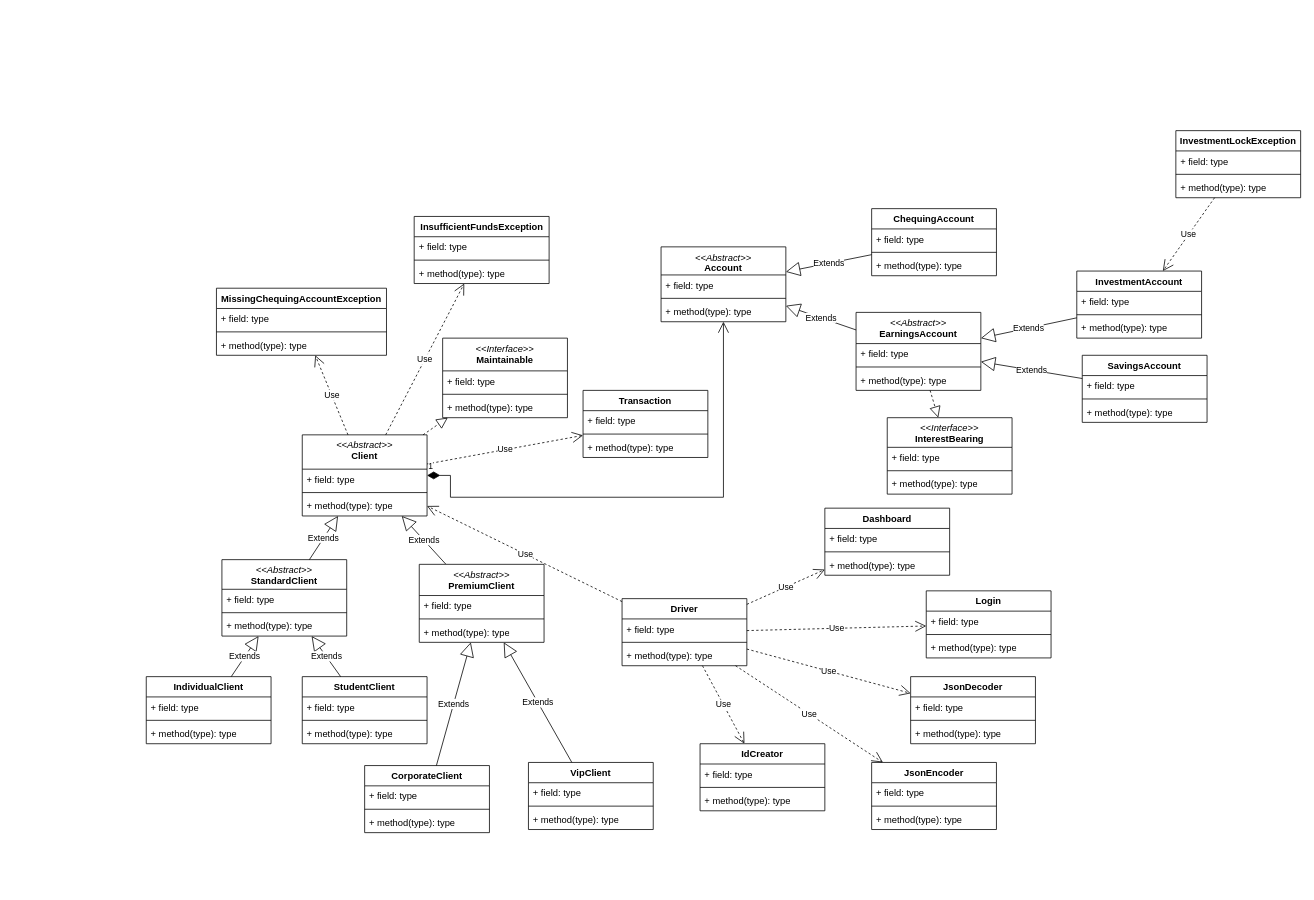
Before: docs/umlDiagramV01.drawio in m-bernardin/Prog2-LIA, a draw.io diagram. Source tidied: cells renumbered, new cells numbered last; positions are measured from the earlier drawing's top-left corner, leaving out a move shared by most shapes. Both pictures are drawn from the tidied source at 78%, with x=0, y=0 at pixel (146, 130).
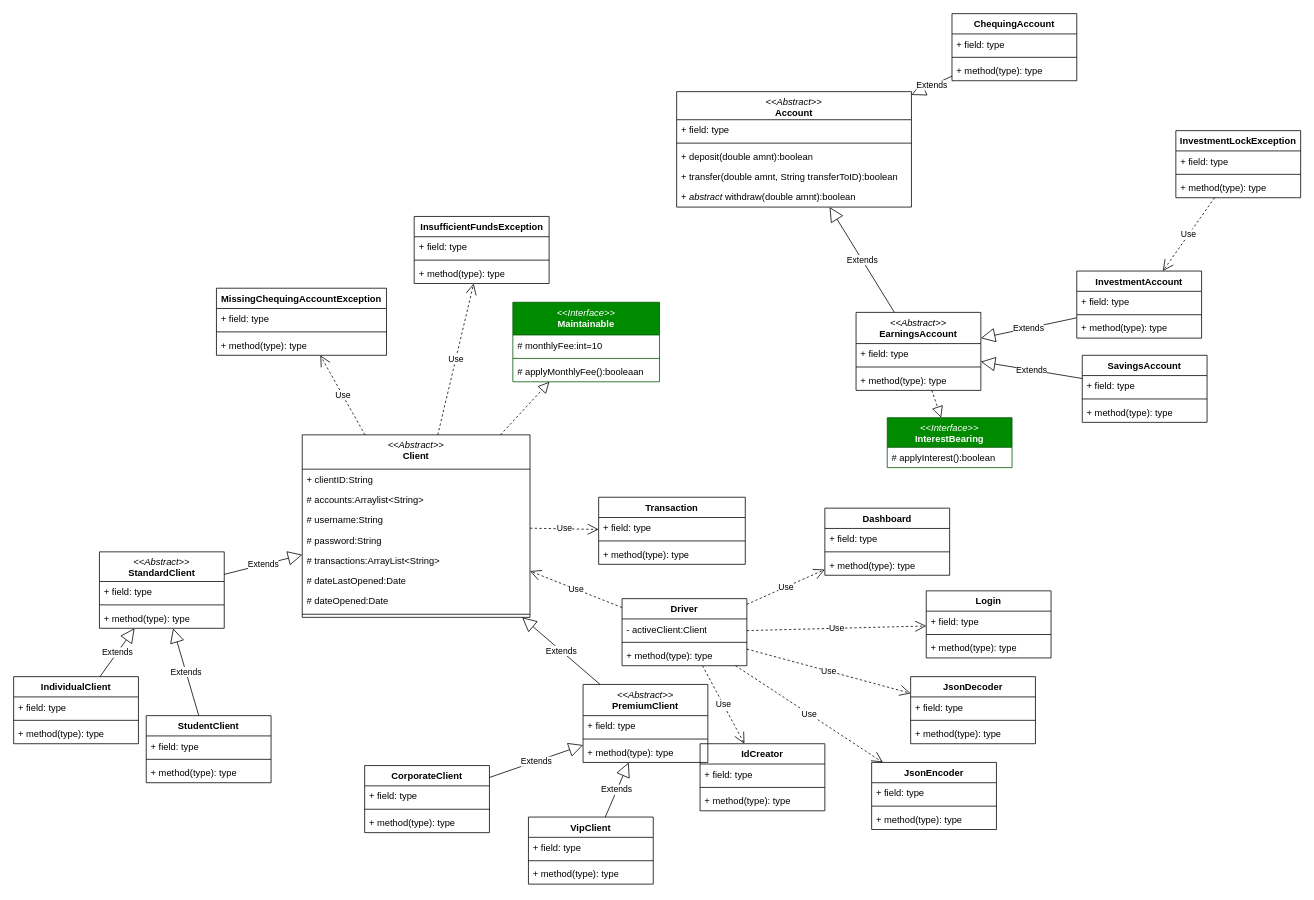
The same diagram, later.

Unchanged cells that the change refers to:
```xml
<mxCell id="2" value="Driver" style="swimlane;fontStyle=1;align=center;verticalAlign=top;horizontal=1;startSize=26;whiteSpace=wrap;html=1;" parent="1" vertex="1">
  <mxGeometry x="610" y="600" width="160" height="86" as="geometry" />
</mxCell>
```

Change to the diagram source:
```diff
@@
-    <mxCell id="3" value="+ field: type" style="text;strokeColor=none;fillColor=none;align=left;verticalAlign=top;spacingLeft=4;spacingRight=4;overflow=hidden;whiteSpace=wrap;html=1;" parent="2" vertex="1">
+    <mxCell id="3" value="- activeClient:Client" style="text;strokeColor=none;fillColor=none;align=left;verticalAlign=top;spacingLeft=4;spacingRight=4;overflow=hidden;whiteSpace=wrap;html=1;" parent="2" vertex="1">
       <mxGeometry y="26" width="160" height="26" as="geometry" />
     </mxCell>
@@
     <mxCell id="6" value="&lt;div&gt;&lt;i style=&quot;font-weight: 400;&quot;&gt;&amp;lt;&amp;lt;Abstract&amp;gt;&amp;gt;&lt;/i&gt;&lt;/div&gt;Client" style="swimlane;fontStyle=1;align=center;verticalAlign=top;horizontal=1;startSize=44;whiteSpace=wrap;html=1;" parent="1" vertex="1">
-      <mxGeometry x="200" y="390" width="160" height="104" as="geometry" />
+      <mxGeometry x="200" y="390" width="292" height="234" as="geometry" />
     </mxCell>
-    <mxCell id="7" value="+ field: type" style="text;strokeColor=none;fillColor=none;align=left;verticalAlign=top;spacingLeft=4;spacingRight=4;overflow=hidden;whiteSpace=wrap;html=1;" parent="6" vertex="1">
-      <mxGeometry y="44" width="160" height="26" as="geometry" />
+    <mxCell id="7" value="+ clientID:String" style="text;strokeColor=none;fillColor=none;align=left;verticalAlign=top;spacingLeft=4;spacingRight=4;overflow=hidden;whiteSpace=wrap;html=1;" parent="6" vertex="1">
+      <mxGeometry y="44" width="292" height="26" as="geometry" />
     </mxCell>
+    <mxCell id="121" value="# accounts:Arraylist&amp;lt;String&amp;gt;" style="text;strokeColor=none;fillColor=none;align=left;verticalAlign=top;spacingLeft=4;spacingRight=4;overflow=hidden;whiteSpace=wrap;html=1;" parent="6" vertex="1">
+      <mxGeometry y="70" width="292" height="26" as="geometry" />
+    </mxCell>
+    <mxCell id="122" value="# username:String" style="text;strokeColor=none;fillColor=none;align=left;verticalAlign=top;spacingLeft=4;spacingRight=4;overflow=hidden;whiteSpace=wrap;html=1;" parent="6" vertex="1">
+      <mxGeometry y="96" width="292" height="26" as="geometry" />
+    </mxCell>
+    <mxCell id="123" value="# password:String" style="text;strokeColor=none;fillColor=none;align=left;verticalAlign=top;spacingLeft=4;spacingRight=4;overflow=hidden;whiteSpace=wrap;html=1;" parent="6" vertex="1">
+      <mxGeometry y="122" width="292" height="26" as="geometry" />
+    </mxCell>
+    <mxCell id="124" value="# transactions:ArrayList&amp;lt;String&amp;gt;" style="text;strokeColor=none;fillColor=none;align=left;verticalAlign=top;spacingLeft=4;spacingRight=4;overflow=hidden;whiteSpace=wrap;html=1;" parent="6" vertex="1">
+      <mxGeometry y="148" width="292" height="26" as="geometry" />
+    </mxCell>
+    <mxCell id="125" value="# dateLastOpened:Date" style="text;strokeColor=none;fillColor=none;align=left;verticalAlign=top;spacingLeft=4;spacingRight=4;overflow=hidden;whiteSpace=wrap;html=1;" parent="6" vertex="1">
+      <mxGeometry y="174" width="292" height="26" as="geometry" />
+    </mxCell>
+    <mxCell id="126" value="# dateOpened:Date" style="text;strokeColor=none;fillColor=none;align=left;verticalAlign=top;spacingLeft=4;spacingRight=4;overflow=hidden;whiteSpace=wrap;html=1;" parent="6" vertex="1">
+      <mxGeometry y="200" width="292" height="26" as="geometry" />
+    </mxCell>
     <mxCell id="8" style="line;strokeWidth=1;fillColor=none;align=left;verticalAlign=middle;spacingTop=-1;spacingLeft=3;spacingRight=3;labelPosition=right;strokeColor=inherit;" parent="6" vertex="1">
-      <mxGeometry y="70" width="160" height="8" as="geometry" />
+      <mxGeometry y="226" width="292" height="8" as="geometry" />
     </mxCell>
-    <mxCell id="9" value="+ method(type): type" style="text;strokeColor=none;fillColor=none;align=left;verticalAlign=top;spacingLeft=4;spacingRight=4;overflow=hidden;whiteSpace=wrap;html=1;" parent="6" vertex="1">
-      <mxGeometry y="78" width="160" height="26" as="geometry" />
-    </mxCell>
     <mxCell id="10" value="&lt;div&gt;&lt;i style=&quot;font-weight: 400;&quot;&gt;&amp;lt;&amp;lt;Abstract&amp;gt;&amp;gt;&lt;/i&gt;&lt;/div&gt;StandardClient" style="swimlane;fontStyle=1;align=center;verticalAlign=top;horizontal=1;startSize=38;whiteSpace=wrap;html=1;" parent="1" vertex="1">
-      <mxGeometry x="97" y="550" width="160" height="98" as="geometry" />
+      <mxGeometry x="-60" y="540" width="160" height="98" as="geometry" />
     </mxCell>
@@
     <mxCell id="14" value="VipClient" style="swimlane;fontStyle=1;align=center;verticalAlign=top;horizontal=1;startSize=26;whiteSpace=wrap;html=1;" parent="1" vertex="1">
-      <mxGeometry x="490" y="810" width="160" height="86" as="geometry" />
+      <mxGeometry x="490" y="880" width="160" height="86" as="geometry" />
     </mxCell>
@@
     <mxCell id="22" value="StudentClient" style="swimlane;fontStyle=1;align=center;verticalAlign=top;horizontal=1;startSize=26;whiteSpace=wrap;html=1;" parent="1" vertex="1">
-      <mxGeometry x="200" y="700" width="160" height="86" as="geometry" />
+      <mxGeometry y="750" width="160" height="86" as="geometry" />
     </mxCell>
@@
     <mxCell id="26" value="IndividualClient" style="swimlane;fontStyle=1;align=center;verticalAlign=top;horizontal=1;startSize=26;whiteSpace=wrap;html=1;" parent="1" vertex="1">
-      <mxGeometry y="700" width="160" height="86" as="geometry" />
+      <mxGeometry x="-170" y="700" width="160" height="86" as="geometry" />
     </mxCell>
@@
     <mxCell id="36" value="&lt;div&gt;&lt;span style=&quot;font-weight: 400;&quot;&gt;&lt;i&gt;&amp;lt;&amp;lt;Abstract&amp;gt;&amp;gt;&lt;/i&gt;&lt;/span&gt;&lt;/div&gt;Account" style="swimlane;fontStyle=1;align=center;verticalAlign=top;horizontal=1;startSize=36;whiteSpace=wrap;html=1;" parent="1" vertex="1">
-      <mxGeometry x="660" y="149" width="160" height="96" as="geometry" />
+      <mxGeometry x="680" y="-50" width="301" height="148" as="geometry" />
     </mxCell>
     <mxCell id="37" value="+ field: type" style="text;strokeColor=none;fillColor=none;align=left;verticalAlign=top;spacingLeft=4;spacingRight=4;overflow=hidden;whiteSpace=wrap;html=1;" parent="36" vertex="1">
-      <mxGeometry y="36" width="160" height="26" as="geometry" />
+      <mxGeometry y="36" width="301" height="26" as="geometry" />
     </mxCell>
     <mxCell id="38" style="line;strokeWidth=1;fillColor=none;align=left;verticalAlign=middle;spacingTop=-1;spacingLeft=3;spacingRight=3;labelPosition=right;strokeColor=inherit;" parent="36" vertex="1">
-      <mxGeometry y="62" width="160" height="8" as="geometry" />
+      <mxGeometry y="62" width="301" height="8" as="geometry" />
     </mxCell>
-    <mxCell id="39" value="+ method(type): type" style="text;strokeColor=none;fillColor=none;align=left;verticalAlign=top;spacingLeft=4;spacingRight=4;overflow=hidden;whiteSpace=wrap;html=1;" parent="36" vertex="1">
-      <mxGeometry y="70" width="160" height="26" as="geometry" />
+    <mxCell id="39" value="+ deposit(double amnt):boolean" style="text;strokeColor=none;fillColor=none;align=left;verticalAlign=top;spacingLeft=4;spacingRight=4;overflow=hidden;whiteSpace=wrap;html=1;" parent="36" vertex="1">
+      <mxGeometry y="70" width="301" height="26" as="geometry" />
     </mxCell>
+    <mxCell id="127" value="+ transfer(double amnt, String transferToID):boolean" style="text;strokeColor=none;fillColor=none;align=left;verticalAlign=top;spacingLeft=4;spacingRight=4;overflow=hidden;whiteSpace=wrap;html=1;" parent="36" vertex="1">
+      <mxGeometry y="96" width="301" height="26" as="geometry" />
+    </mxCell>
+    <mxCell id="128" value="+&amp;nbsp;&lt;i&gt;abstract&lt;/i&gt;&amp;nbsp;withdraw(double amnt):boolean" style="text;strokeColor=none;fillColor=none;align=left;verticalAlign=top;spacingLeft=4;spacingRight=4;overflow=hidden;whiteSpace=wrap;html=1;" parent="36" vertex="1">
+      <mxGeometry y="122" width="301" height="26" as="geometry" />
+    </mxCell>
@@
     <mxCell id="48" value="ChequingAccount" style="swimlane;fontStyle=1;align=center;verticalAlign=top;horizontal=1;startSize=26;whiteSpace=wrap;html=1;" parent="1" vertex="1">
-      <mxGeometry x="930" y="100" width="160" height="86" as="geometry" />
+      <mxGeometry x="1033" y="-150" width="160" height="86" as="geometry" />
     </mxCell>
@@
-    <mxCell id="72" value="&lt;div&gt;&lt;span style=&quot;font-weight: normal;&quot;&gt;&lt;i&gt;&amp;lt;&amp;lt;Interface&amp;gt;&amp;gt;&lt;/i&gt;&lt;/span&gt;&lt;/div&gt;InterestBearing" style="swimlane;fontStyle=1;align=center;verticalAlign=top;horizontal=1;startSize=38;whiteSpace=wrap;html=1;" parent="1" vertex="1">
-      <mxGeometry x="950" y="368" width="160" height="98" as="geometry" />
+    <mxCell id="72" value="&lt;div&gt;&lt;span style=&quot;font-weight: normal;&quot;&gt;&lt;i&gt;&amp;lt;&amp;lt;Interface&amp;gt;&amp;gt;&lt;/i&gt;&lt;/span&gt;&lt;/div&gt;InterestBearing" style="swimlane;fontStyle=1;align=center;verticalAlign=top;horizontal=1;startSize=38;whiteSpace=wrap;html=1;fillColor=#008a00;fontColor=#ffffff;strokeColor=#005700;" parent="1" vertex="1">
+      <mxGeometry x="950" y="368" width="160" height="64" as="geometry" />
     </mxCell>
-    <mxCell id="73" value="+ field: type" style="text;strokeColor=none;fillColor=none;align=left;verticalAlign=top;spacingLeft=4;spacingRight=4;overflow=hidden;whiteSpace=wrap;html=1;" parent="72" vertex="1">
-      <mxGeometry y="38" width="160" height="26" as="geometry" />
-    </mxCell>
-    <mxCell id="74" style="line;strokeWidth=1;fillColor=none;align=left;verticalAlign=middle;spacingTop=-1;spacingLeft=3;spacingRight=3;labelPosition=right;strokeColor=inherit;" parent="72" vertex="1">
-      <mxGeometry y="64" width="160" height="8" as="geometry" />
-    </mxCell>
-    <mxCell id="75" value="+ method(type): type" style="text;strokeColor=none;fillColor=none;align=left;verticalAlign=top;spacingLeft=4;spacingRight=4;overflow=hidden;whiteSpace=wrap;html=1;" parent="72" vertex="1">
-      <mxGeometry y="72" width="160" height="26" as="geometry" />
+    <mxCell id="75" value="# applyInterest():boolean" style="text;strokeColor=none;fillColor=none;align=left;verticalAlign=top;spacingLeft=4;spacingRight=4;overflow=hidden;whiteSpace=wrap;html=1;" parent="72" vertex="1">
+      <mxGeometry y="38" width="160" height="26" as="geometry" />
     </mxCell>
-    <mxCell id="76" value="&lt;div&gt;&lt;i style=&quot;font-weight: 400;&quot;&gt;&amp;lt;&amp;lt;Interface&amp;gt;&amp;gt;&lt;/i&gt;&lt;/div&gt;Maintainable" style="swimlane;fontStyle=1;align=center;verticalAlign=top;horizontal=1;startSize=42;whiteSpace=wrap;html=1;" parent="1" vertex="1">
-      <mxGeometry x="380" y="266" width="160" height="102" as="geometry" />
+    <mxCell id="76" value="&lt;div&gt;&lt;i style=&quot;font-weight: 400;&quot;&gt;&amp;lt;&amp;lt;Interface&amp;gt;&amp;gt;&lt;/i&gt;&lt;/div&gt;Maintainable" style="swimlane;fontStyle=1;align=center;verticalAlign=top;horizontal=1;startSize=42;whiteSpace=wrap;html=1;fillColor=#008a00;fontColor=#ffffff;strokeColor=#005700;" parent="1" vertex="1">
+      <mxGeometry x="470" y="220" width="188" height="102" as="geometry" />
     </mxCell>
-    <mxCell id="77" value="+ field: type" style="text;strokeColor=none;fillColor=none;align=left;verticalAlign=top;spacingLeft=4;spacingRight=4;overflow=hidden;whiteSpace=wrap;html=1;" parent="76" vertex="1">
-      <mxGeometry y="42" width="160" height="26" as="geometry" />
+    <mxCell id="77" value="# monthlyFee:int=10" style="text;strokeColor=none;fillColor=none;align=left;verticalAlign=top;spacingLeft=4;spacingRight=4;overflow=hidden;whiteSpace=wrap;html=1;" parent="76" vertex="1">
+      <mxGeometry y="42" width="188" height="26" as="geometry" />
     </mxCell>
     <mxCell id="78" style="line;strokeWidth=1;fillColor=none;align=left;verticalAlign=middle;spacingTop=-1;spacingLeft=3;spacingRight=3;labelPosition=right;strokeColor=inherit;" parent="76" vertex="1">
-      <mxGeometry y="68" width="160" height="8" as="geometry" />
+      <mxGeometry y="68" width="188" height="8" as="geometry" />
     </mxCell>
-    <mxCell id="79" value="+ method(type): type" style="text;strokeColor=none;fillColor=none;align=left;verticalAlign=top;spacingLeft=4;spacingRight=4;overflow=hidden;whiteSpace=wrap;html=1;" parent="76" vertex="1">
-      <mxGeometry y="76" width="160" height="26" as="geometry" />
+    <mxCell id="79" value="# applyMonthlyFee():booleaan" style="text;strokeColor=none;fillColor=none;align=left;verticalAlign=top;spacingLeft=4;spacingRight=4;overflow=hidden;whiteSpace=wrap;html=1;" parent="76" vertex="1">
+      <mxGeometry y="76" width="188" height="26" as="geometry" />
     </mxCell>
@@
-    <mxCell id="92" value="Transaction" style="swimlane;fontStyle=1;align=center;verticalAlign=top;horizontal=1;startSize=26;whiteSpace=wrap;html=1;" parent="1" vertex="1">
-      <mxGeometry x="560" y="333" width="160" height="86" as="geometry" />
-    </mxCell>
-    <mxCell id="93" value="+ field: type" style="text;strokeColor=none;fillColor=none;align=left;verticalAlign=top;spacingLeft=4;spacingRight=4;overflow=hidden;whiteSpace=wrap;html=1;" parent="92" vertex="1">
-      <mxGeometry y="26" width="160" height="26" as="geometry" />
-    </mxCell>
-    <mxCell id="94" style="line;strokeWidth=1;fillColor=none;align=left;verticalAlign=middle;spacingTop=-1;spacingLeft=3;spacingRight=3;labelPosition=right;strokeColor=inherit;" parent="92" vertex="1">
-      <mxGeometry y="52" width="160" height="8" as="geometry" />
-    </mxCell>
-    <mxCell id="95" value="+ method(type): type" style="text;strokeColor=none;fillColor=none;align=left;verticalAlign=top;spacingLeft=4;spacingRight=4;overflow=hidden;whiteSpace=wrap;html=1;" parent="92" vertex="1">
-      <mxGeometry y="60" width="160" height="26" as="geometry" />
-    </mxCell>
@@
     <mxCell id="116" value="&lt;div&gt;&lt;i style=&quot;font-weight: 400;&quot;&gt;&amp;lt;&amp;lt;Abstract&amp;gt;&amp;gt;&lt;/i&gt;&lt;/div&gt;PremiumClient" style="swimlane;fontStyle=1;align=center;verticalAlign=top;horizontal=1;startSize=40;whiteSpace=wrap;html=1;" parent="1" vertex="1">
-      <mxGeometry x="350" y="556" width="160" height="100" as="geometry" />
+      <mxGeometry x="560" y="710" width="160" height="100" as="geometry" />
     </mxCell>
@@
-    <mxCell id="120" value="1" style="endArrow=open;html=1;endSize=12;startArrow=diamondThin;startSize=14;startFill=1;edgeStyle=orthogonalEdgeStyle;align=left;verticalAlign=bottom;rounded=0;" parent="1" edge="1" source="6" target="36">
-      <mxGeometry x="-1" y="3" relative="1" as="geometry">
-        <Array as="points">
-          <mxPoint x="390" y="442" />
-          <mxPoint x="390" y="470" />
-          <mxPoint x="740" y="470" />
-        </Array>
-      </mxGeometry>
-    </mxCell>
+    <mxCell id="92" value="Transaction" style="swimlane;fontStyle=1;align=center;verticalAlign=top;horizontal=1;startSize=26;whiteSpace=wrap;html=1;" parent="1" vertex="1">
+      <mxGeometry x="580" y="470" width="188" height="86" as="geometry" />
+    </mxCell>
+    <mxCell id="93" value="+ field: type" style="text;strokeColor=none;fillColor=none;align=left;verticalAlign=top;spacingLeft=4;spacingRight=4;overflow=hidden;whiteSpace=wrap;html=1;" parent="92" vertex="1">
+      <mxGeometry y="26" width="188" height="26" as="geometry" />
+    </mxCell>
+    <mxCell id="94" style="line;strokeWidth=1;fillColor=none;align=left;verticalAlign=middle;spacingTop=-1;spacingLeft=3;spacingRight=3;labelPosition=right;strokeColor=inherit;" parent="92" vertex="1">
+      <mxGeometry y="52" width="188" height="8" as="geometry" />
+    </mxCell>
+    <mxCell id="95" value="+ method(type): type" style="text;strokeColor=none;fillColor=none;align=left;verticalAlign=top;spacingLeft=4;spacingRight=4;overflow=hidden;whiteSpace=wrap;html=1;" parent="92" vertex="1">
+      <mxGeometry y="60" width="188" height="26" as="geometry" />
+    </mxCell>
```
